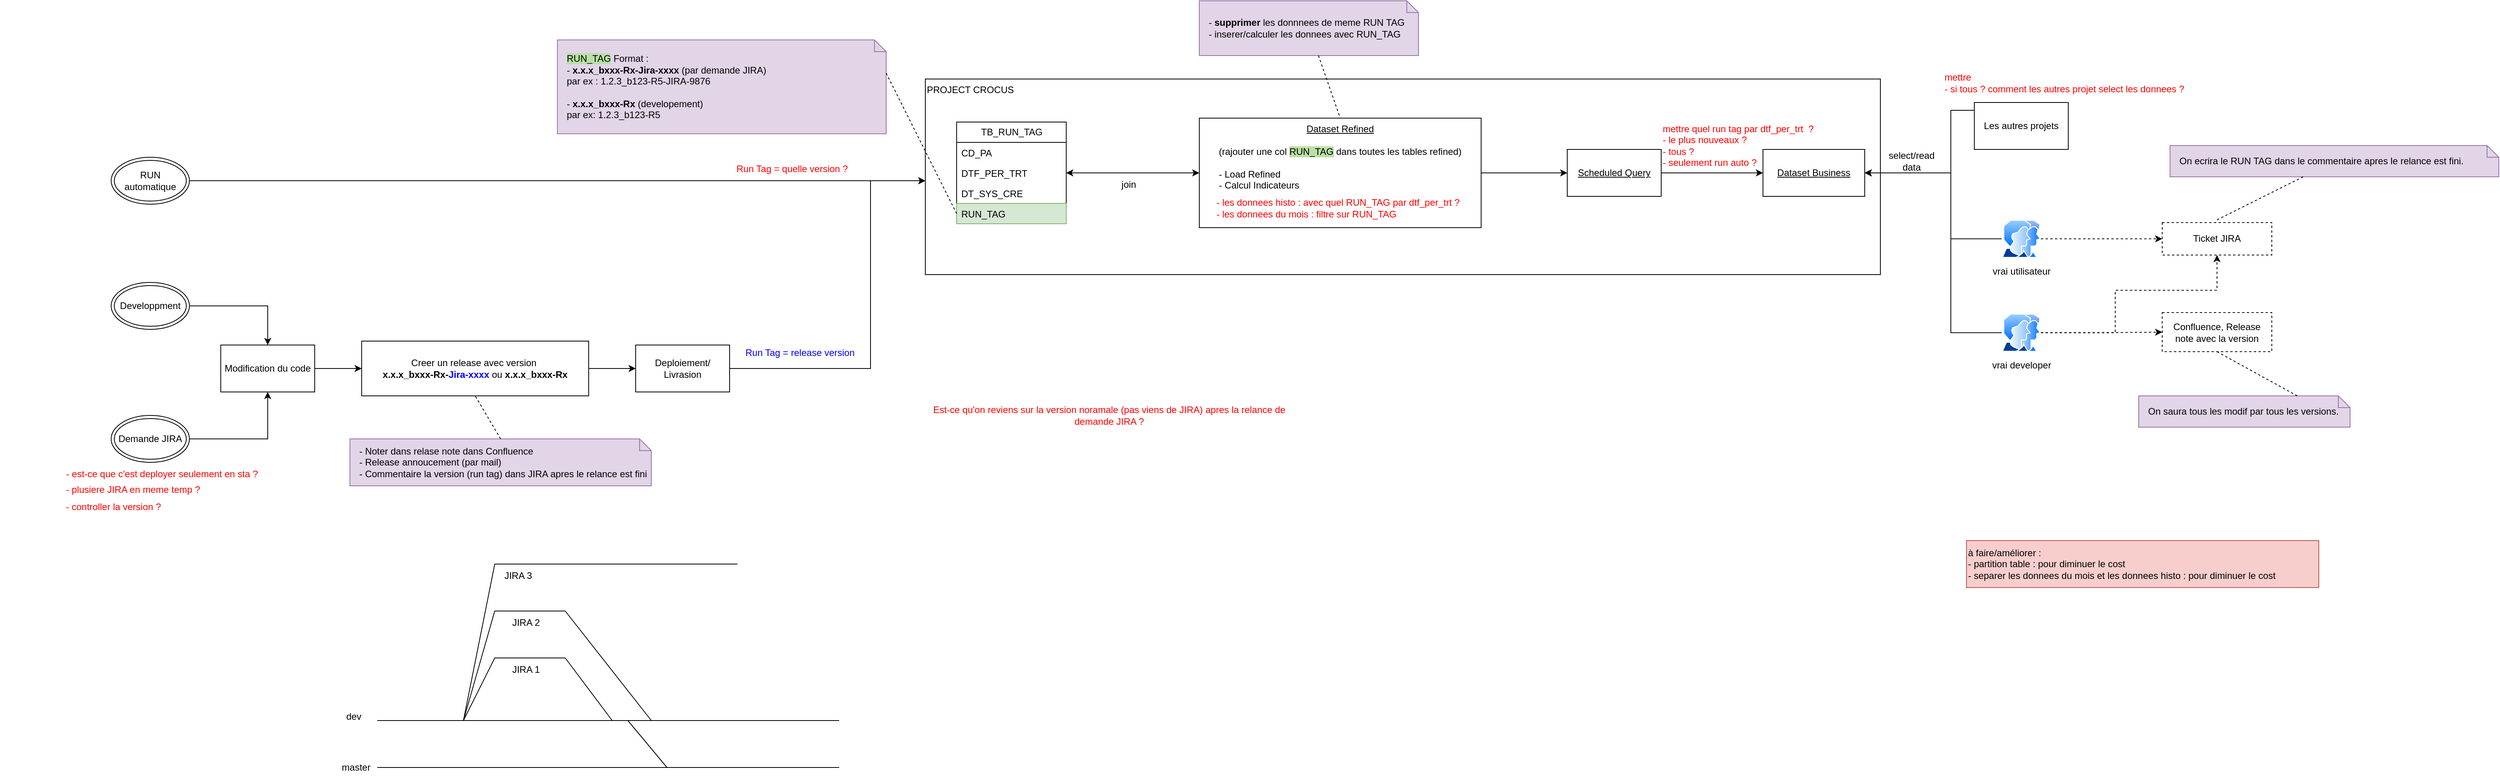
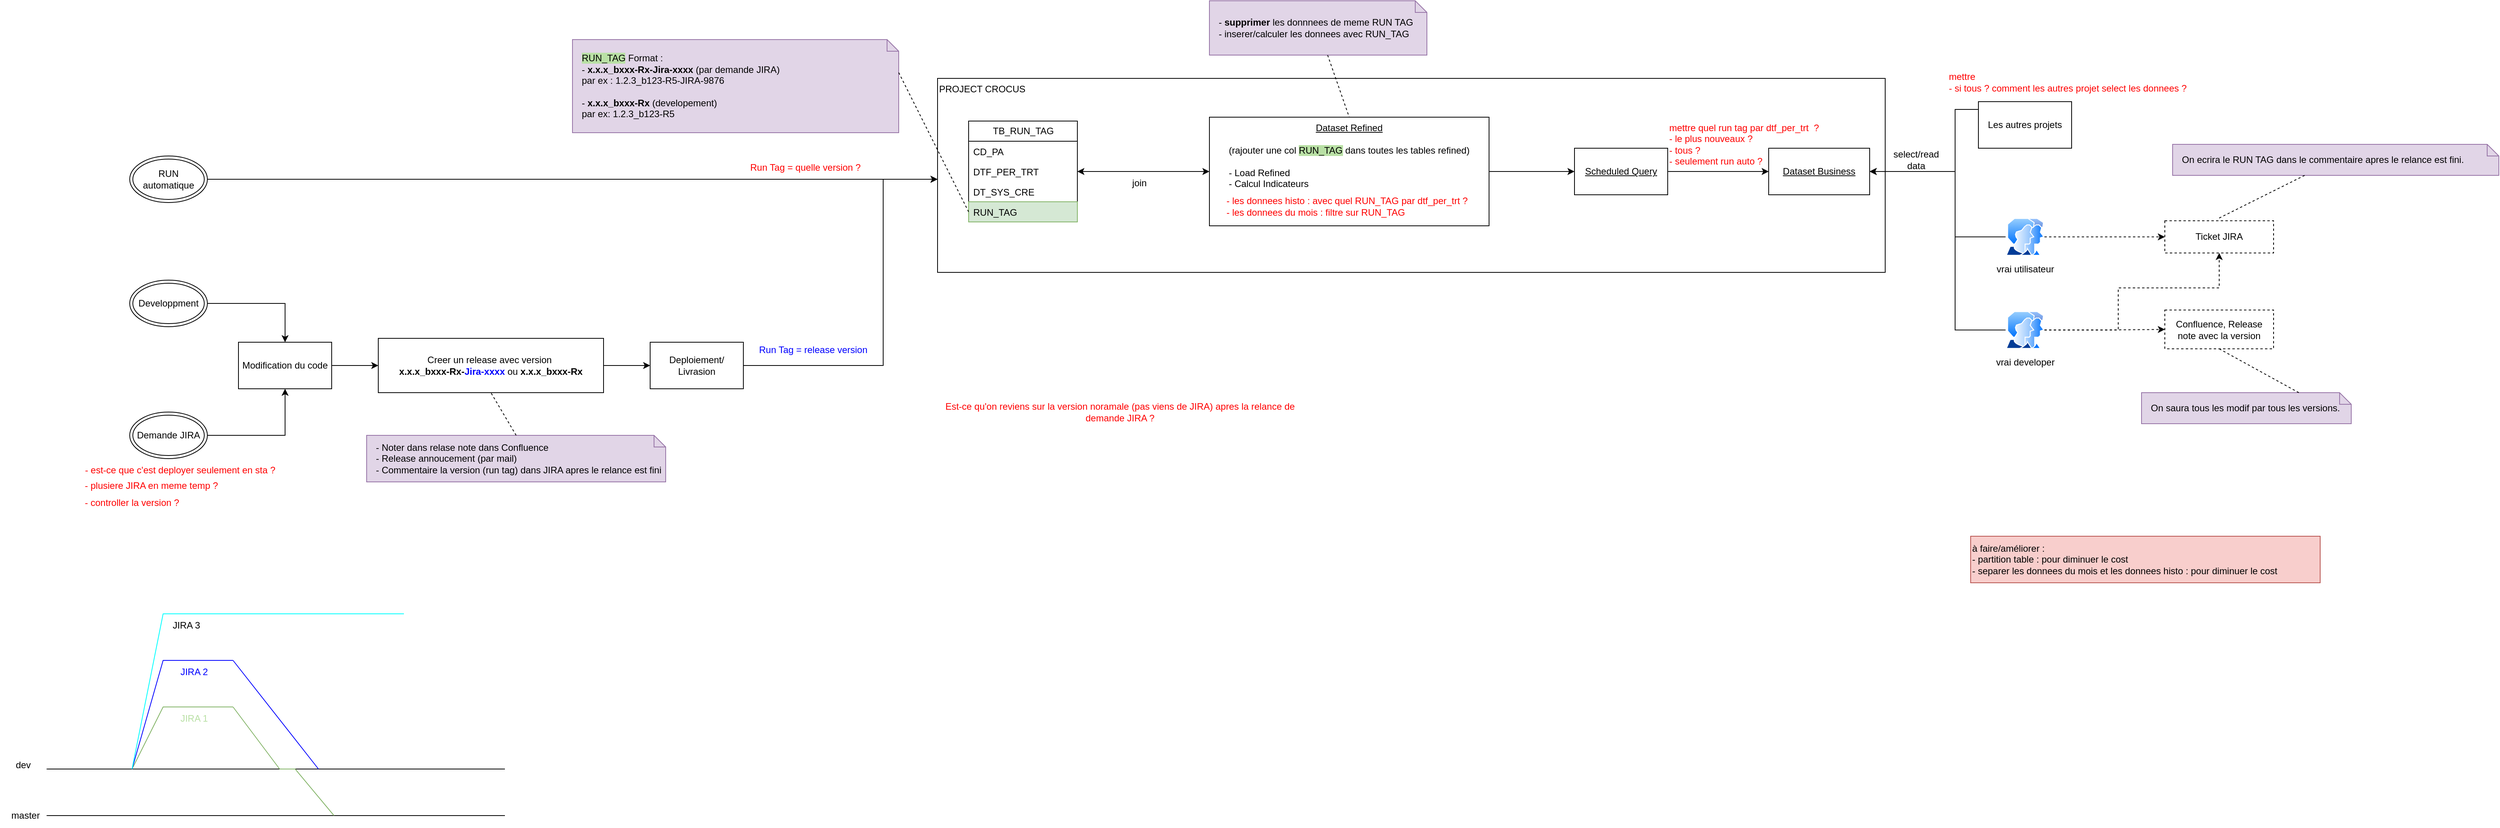
<mxfile host="app.diagrams.net">
  <diagram name="Page-1" id="bEAYSmEDHXBXhFzCy1HB">
    <mxGraphModel dx="2873" dy="1106" grid="1" gridSize="10" guides="1" tooltips="1" connect="1" arrows="1" fold="1" page="1" pageScale="1" pageWidth="827" pageHeight="1169" math="0" shadow="0">
      <root>
        <mxCell id="0" />
        <mxCell id="1" parent="0" />
        <mxCell id="QUzsFoNl6aFI_2ed8XXq-13" parent="1" style="rounded=0;whiteSpace=wrap;html=1;align=left;verticalAlign=top;" value="PROJECT CROCUS" vertex="1">
          <mxGeometry height="250" width="1220" x="380" y="140" as="geometry" />
        </mxCell>
        <mxCell id="QUzsFoNl6aFI_2ed8XXq-1" parent="1" style="swimlane;fontStyle=0;childLayout=stackLayout;horizontal=1;startSize=26;fillColor=none;horizontalStack=0;resizeParent=1;resizeParentMax=0;resizeLast=0;collapsible=1;marginBottom=0;html=1;" value="TB_RUN_TAG" vertex="1">
          <mxGeometry height="130" width="140" x="420" y="195" as="geometry" />
        </mxCell>
        <mxCell id="QUzsFoNl6aFI_2ed8XXq-2" parent="QUzsFoNl6aFI_2ed8XXq-1" style="text;strokeColor=none;fillColor=none;align=left;verticalAlign=top;spacingLeft=4;spacingRight=4;overflow=hidden;rotatable=0;points=[[0,0.5],[1,0.5]];portConstraint=eastwest;whiteSpace=wrap;html=1;" value="CD_PA" vertex="1">
          <mxGeometry height="26" width="140" y="26" as="geometry" />
        </mxCell>
        <mxCell id="QUzsFoNl6aFI_2ed8XXq-3" parent="QUzsFoNl6aFI_2ed8XXq-1" style="text;strokeColor=none;fillColor=none;align=left;verticalAlign=top;spacingLeft=4;spacingRight=4;overflow=hidden;rotatable=0;points=[[0,0.5],[1,0.5]];portConstraint=eastwest;whiteSpace=wrap;html=1;" value="DTF_PER_TRT" vertex="1">
          <mxGeometry height="26" width="140" y="52" as="geometry" />
        </mxCell>
        <mxCell id="QUzsFoNl6aFI_2ed8XXq-4" parent="QUzsFoNl6aFI_2ed8XXq-1" style="text;strokeColor=none;fillColor=none;align=left;verticalAlign=top;spacingLeft=4;spacingRight=4;overflow=hidden;rotatable=0;points=[[0,0.5],[1,0.5]];portConstraint=eastwest;whiteSpace=wrap;html=1;" value="DT_SYS_CRE" vertex="1">
          <mxGeometry height="26" width="140" y="78" as="geometry" />
        </mxCell>
        <mxCell id="QUzsFoNl6aFI_2ed8XXq-5" parent="QUzsFoNl6aFI_2ed8XXq-1" style="text;strokeColor=#82b366;fillColor=#d5e8d4;align=left;verticalAlign=top;spacingLeft=4;spacingRight=4;overflow=hidden;rotatable=0;points=[[0,0.5],[1,0.5]];portConstraint=eastwest;whiteSpace=wrap;html=1;" value="RUN_TAG" vertex="1">
          <mxGeometry height="26" width="140" y="104" as="geometry" />
        </mxCell>
        <mxCell id="QUzsFoNl6aFI_2ed8XXq-7" parent="1" style="shape=note;size=15;align=left;spacingLeft=10;html=1;whiteSpace=wrap;fillColor=#e1d5e7;strokeColor=#9673a6;" value="&lt;span style=&quot;background-color: rgb(185, 224, 165);&quot;&gt;RUN_TAG&lt;/span&gt; Format :&amp;nbsp;&lt;div&gt;- &lt;b&gt;x.x.x_bxxx-Rx-Jira-xxxx&lt;/b&gt; (par demande JIRA)&amp;nbsp;&lt;/div&gt;&lt;div&gt;par ex : 1.2.3_b123-R5-JIRA-9876&lt;/div&gt;&lt;div&gt;&lt;br&gt;&lt;/div&gt;&lt;div&gt;-&lt;b&gt; x.x.x_bxxx-Rx&lt;/b&gt; (developement)&lt;/div&gt;&lt;div&gt;&lt;span style=&quot;background-color: transparent; color: light-dark(rgb(0, 0, 0), rgb(255, 255, 255));&quot;&gt;par ex: 1.2.3_b123-R5&lt;/span&gt;&lt;/div&gt;" vertex="1">
          <mxGeometry height="120" width="420" x="-90" y="90" as="geometry" />
        </mxCell>
        <mxCell id="QUzsFoNl6aFI_2ed8XXq-8" edge="1" parent="1" source="QUzsFoNl6aFI_2ed8XXq-7" style="edgeStyle=none;endArrow=none;exitX=0;exitY=0;dashed=1;html=1;rounded=0;entryX=0;entryY=0.5;entryDx=0;entryDy=0;exitDx=420;exitDy=42.5;exitPerimeter=0;" target="QUzsFoNl6aFI_2ed8XXq-5" value="">
          <mxGeometry relative="1" x="1" as="geometry">
            <mxPoint x="590" y="660" as="targetPoint" />
          </mxGeometry>
        </mxCell>
        <mxCell id="QUzsFoNl6aFI_2ed8XXq-10" parent="1" style="rounded=0;whiteSpace=wrap;html=1;dashed=1;" value="Confluence, Release note avec la v&lt;span style=&quot;background-color: transparent; color: light-dark(rgb(0, 0, 0), rgb(255, 255, 255));&quot;&gt;ersion&lt;/span&gt;" vertex="1">
          <mxGeometry height="50" width="140" x="1960" y="438.5" as="geometry" />
        </mxCell>
        <mxCell id="QUzsFoNl6aFI_2ed8XXq-11" parent="1" style="rounded=0;whiteSpace=wrap;html=1;dashed=1;" value="Ticket JIRA" vertex="1">
          <mxGeometry height="41.5" width="140" x="1960" y="323.5" as="geometry" />
        </mxCell>
        <mxCell id="QUzsFoNl6aFI_2ed8XXq-42" edge="1" parent="1" source="QUzsFoNl6aFI_2ed8XXq-12" style="edgeStyle=orthogonalEdgeStyle;rounded=0;orthogonalLoop=1;jettySize=auto;html=1;entryX=1;entryY=0.5;entryDx=0;entryDy=0;startArrow=classic;startFill=1;" target="QUzsFoNl6aFI_2ed8XXq-3">
          <mxGeometry relative="1" as="geometry" />
        </mxCell>
        <mxCell id="QUzsFoNl6aFI_2ed8XXq-50" edge="1" parent="1" source="QUzsFoNl6aFI_2ed8XXq-12" style="edgeStyle=orthogonalEdgeStyle;rounded=0;orthogonalLoop=1;jettySize=auto;html=1;" target="QUzsFoNl6aFI_2ed8XXq-46">
          <mxGeometry relative="1" as="geometry">
            <Array as="points" />
          </mxGeometry>
        </mxCell>
        <mxCell id="QUzsFoNl6aFI_2ed8XXq-12" parent="1" style="rounded=0;whiteSpace=wrap;html=1;verticalAlign=top;" value="&lt;u&gt;Dataset Refined&lt;/u&gt;&lt;div&gt;&lt;u&gt;&lt;br&gt;&lt;/u&gt;&lt;div&gt;(rajouter une col &lt;span style=&quot;background-color: rgb(185, 224, 165);&quot;&gt;RUN_TAG&lt;/span&gt;&lt;span&gt; &lt;/span&gt;dans toutes les tables refined)&lt;/div&gt;&lt;div&gt;&lt;br&gt;&lt;/div&gt;&lt;div style=&quot;text-align: left;&quot;&gt;- Load Refined&amp;nbsp; &amp;nbsp; &amp;nbsp; &amp;nbsp;&lt;/div&gt;&lt;div style=&quot;text-align: left;&quot;&gt;- Calcul Indicateurs&lt;/div&gt;&lt;/div&gt;" vertex="1">
          <mxGeometry height="140" width="360" x="730" y="190" as="geometry" />
        </mxCell>
        <mxCell id="QUzsFoNl6aFI_2ed8XXq-27" edge="1" parent="1" source="QUzsFoNl6aFI_2ed8XXq-33" style="edgeStyle=orthogonalEdgeStyle;rounded=0;orthogonalLoop=1;jettySize=auto;html=1;entryX=0.5;entryY=0;entryDx=0;entryDy=0;" target="QUzsFoNl6aFI_2ed8XXq-23">
          <mxGeometry relative="1" as="geometry">
            <mxPoint x="-760" y="325" as="sourcePoint" />
          </mxGeometry>
        </mxCell>
        <mxCell id="QUzsFoNl6aFI_2ed8XXq-29" edge="1" parent="1" source="QUzsFoNl6aFI_2ed8XXq-34" style="edgeStyle=orthogonalEdgeStyle;rounded=0;orthogonalLoop=1;jettySize=auto;html=1;entryX=0.5;entryY=1;entryDx=0;entryDy=0;" target="QUzsFoNl6aFI_2ed8XXq-23">
          <mxGeometry relative="1" as="geometry">
            <mxPoint x="-820" y="785" as="sourcePoint" />
          </mxGeometry>
        </mxCell>
        <mxCell id="QUzsFoNl6aFI_2ed8XXq-19" parent="1" style="text;html=1;whiteSpace=wrap;strokeColor=none;fillColor=none;align=center;verticalAlign=middle;rounded=0;fontColor=#0000FF;" value="&lt;font style=&quot;color: rgb(255, 0, 0);&quot;&gt;Run Tag = quelle version ?&lt;/font&gt;" vertex="1">
          <mxGeometry height="30" width="200" x="110" y="240" as="geometry" />
        </mxCell>
        <mxCell id="QUzsFoNl6aFI_2ed8XXq-28" edge="1" parent="1" source="QUzsFoNl6aFI_2ed8XXq-23" style="edgeStyle=orthogonalEdgeStyle;rounded=0;orthogonalLoop=1;jettySize=auto;html=1;" target="QUzsFoNl6aFI_2ed8XXq-25">
          <mxGeometry relative="1" as="geometry" />
        </mxCell>
        <mxCell id="QUzsFoNl6aFI_2ed8XXq-23" parent="1" style="rounded=0;whiteSpace=wrap;html=1;" value="Modification du code" vertex="1">
          <mxGeometry height="60" width="120" x="-520" y="480" as="geometry" />
        </mxCell>
        <mxCell id="QUzsFoNl6aFI_2ed8XXq-31" edge="1" parent="1" source="QUzsFoNl6aFI_2ed8XXq-24" style="edgeStyle=orthogonalEdgeStyle;rounded=0;orthogonalLoop=1;jettySize=auto;html=1;" target="QUzsFoNl6aFI_2ed8XXq-13">
          <mxGeometry relative="1" as="geometry">
            <Array as="points">
              <mxPoint x="310" y="510" />
              <mxPoint x="310" y="270" />
            </Array>
          </mxGeometry>
        </mxCell>
        <mxCell id="QUzsFoNl6aFI_2ed8XXq-24" parent="1" style="rounded=0;whiteSpace=wrap;html=1;" value="Deploiement/ Livrasion" vertex="1">
          <mxGeometry height="60" width="120" x="10" y="480" as="geometry" />
        </mxCell>
        <mxCell id="QUzsFoNl6aFI_2ed8XXq-30" edge="1" parent="1" source="QUzsFoNl6aFI_2ed8XXq-25" style="edgeStyle=orthogonalEdgeStyle;rounded=0;orthogonalLoop=1;jettySize=auto;html=1;entryX=0;entryY=0.5;entryDx=0;entryDy=0;" target="QUzsFoNl6aFI_2ed8XXq-24">
          <mxGeometry relative="1" as="geometry" />
        </mxCell>
        <mxCell id="QUzsFoNl6aFI_2ed8XXq-25" parent="1" style="rounded=0;whiteSpace=wrap;html=1;" value="Creer un release avec version&amp;nbsp;&lt;div&gt;&lt;span style=&quot;text-align: left;&quot;&gt;&lt;b&gt;x.x.x_bxxx-Rx-&lt;font style=&quot;color: rgb(0, 0, 255);&quot;&gt;Jira-xxxx&lt;/font&gt;&lt;/b&gt; ou&amp;nbsp;&lt;/span&gt;&lt;span style=&quot;text-align: left;&quot;&gt;&lt;b&gt;x.x.x_bxxx-Rx&lt;/b&gt;&lt;/span&gt;&lt;/div&gt;" vertex="1">
          <mxGeometry height="70" width="290" x="-340" y="475" as="geometry" />
        </mxCell>
        <mxCell id="QUzsFoNl6aFI_2ed8XXq-33" parent="1" style="ellipse;shape=doubleEllipse;whiteSpace=wrap;html=1;" value="Developpment" vertex="1">
          <mxGeometry height="60" width="100" x="-660" y="400" as="geometry" />
        </mxCell>
        <mxCell id="QUzsFoNl6aFI_2ed8XXq-34" parent="1" style="ellipse;shape=doubleEllipse;whiteSpace=wrap;html=1;" value="Demande JIRA" vertex="1">
          <mxGeometry height="60" width="100" x="-660" y="570" as="geometry" />
        </mxCell>
        <mxCell id="QUzsFoNl6aFI_2ed8XXq-36" edge="1" parent="1" source="QUzsFoNl6aFI_2ed8XXq-35" style="edgeStyle=orthogonalEdgeStyle;rounded=0;orthogonalLoop=1;jettySize=auto;html=1;" target="QUzsFoNl6aFI_2ed8XXq-13">
          <mxGeometry relative="1" as="geometry">
            <Array as="points">
              <mxPoint x="40" y="270" />
              <mxPoint x="40" y="270" />
            </Array>
          </mxGeometry>
        </mxCell>
        <mxCell id="QUzsFoNl6aFI_2ed8XXq-35" parent="1" style="ellipse;shape=doubleEllipse;whiteSpace=wrap;html=1;" value="RUN automatique" vertex="1">
          <mxGeometry height="60" width="100" x="-660" y="240" as="geometry" />
        </mxCell>
        <mxCell id="QUzsFoNl6aFI_2ed8XXq-37" parent="1" style="text;html=1;whiteSpace=wrap;strokeColor=none;fillColor=none;align=center;verticalAlign=middle;rounded=0;fontColor=#0000FF;" value="Run Tag = release version" vertex="1">
          <mxGeometry height="30" width="200" x="120" y="475" as="geometry" />
        </mxCell>
        <mxCell id="QUzsFoNl6aFI_2ed8XXq-38" parent="1" style="shape=note;size=15;align=left;spacingLeft=10;html=1;whiteSpace=wrap;fillColor=#e1d5e7;strokeColor=#9673a6;" value="- Noter dans relase note dans Confluence&lt;div&gt;- Release annoucement (par mail)&lt;/div&gt;&lt;div&gt;- Commentaire la version (run tag) dans JIRA apres le relance est fini&lt;/div&gt;" vertex="1">
          <mxGeometry height="60" width="385" x="-355" y="600" as="geometry" />
        </mxCell>
        <mxCell id="QUzsFoNl6aFI_2ed8XXq-39" edge="1" parent="1" source="QUzsFoNl6aFI_2ed8XXq-38" style="edgeStyle=none;endArrow=none;exitX=0.5;exitY=0;dashed=1;html=1;rounded=0;entryX=0.5;entryY=1;entryDx=0;entryDy=0;exitDx=0;exitDy=0;exitPerimeter=0;" target="QUzsFoNl6aFI_2ed8XXq-25" value="">
          <mxGeometry relative="1" x="1" as="geometry">
            <mxPoint x="710" y="660" as="sourcePoint" />
            <mxPoint x="762" y="510" as="targetPoint" />
          </mxGeometry>
        </mxCell>
        <mxCell id="QUzsFoNl6aFI_2ed8XXq-40" parent="1" style="shape=note;size=15;align=left;spacingLeft=10;html=1;whiteSpace=wrap;fillColor=#e1d5e7;strokeColor=#9673a6;" value="- &lt;b&gt;supprimer &lt;/b&gt;les donnnees de meme RUN TAG&lt;div&gt;- inserer/calculer les donnees avec RUN_TAG&lt;/div&gt;" vertex="1">
          <mxGeometry height="70" width="280" x="730" y="40" as="geometry" />
        </mxCell>
        <mxCell id="QUzsFoNl6aFI_2ed8XXq-41" edge="1" parent="1" source="QUzsFoNl6aFI_2ed8XXq-40" style="edgeStyle=none;endArrow=none;dashed=1;html=1;rounded=0;entryX=0.5;entryY=0;entryDx=0;entryDy=0;" target="QUzsFoNl6aFI_2ed8XXq-12" value="">
          <mxGeometry relative="1" x="1" as="geometry">
            <mxPoint x="720" y="650" as="sourcePoint" />
            <mxPoint x="772" y="500" as="targetPoint" />
          </mxGeometry>
        </mxCell>
        <mxCell id="QUzsFoNl6aFI_2ed8XXq-43" parent="1" style="text;html=1;whiteSpace=wrap;strokeColor=none;fillColor=none;align=left;verticalAlign=middle;rounded=0;" value="&lt;font style=&quot;color: rgb(255, 0, 0);&quot;&gt;- les donnees histo : avec quel RUN_TAG par dtf_per_trt ?&lt;/font&gt;&lt;div&gt;&lt;font style=&quot;color: rgb(255, 0, 0);&quot;&gt;- les donnees du mois : f&lt;/font&gt;&lt;span style=&quot;color: light-dark(rgb(255, 0, 0), rgb(255, 144, 144)); background-color: transparent;&quot;&gt;iltre sur RUN_TAG&lt;/span&gt;&lt;/div&gt;" vertex="1">
          <mxGeometry height="30" width="330" x="750" y="290" as="geometry" />
        </mxCell>
        <mxCell id="QUzsFoNl6aFI_2ed8XXq-45" parent="1" style="rounded=0;whiteSpace=wrap;html=1;" value="&lt;u&gt;Dataset Business&lt;/u&gt;" vertex="1">
          <mxGeometry height="60" width="130" x="1450" y="230" as="geometry" />
        </mxCell>
        <mxCell id="QUzsFoNl6aFI_2ed8XXq-48" edge="1" parent="1" source="QUzsFoNl6aFI_2ed8XXq-46" style="edgeStyle=orthogonalEdgeStyle;rounded=0;orthogonalLoop=1;jettySize=auto;html=1;" target="QUzsFoNl6aFI_2ed8XXq-45">
          <mxGeometry relative="1" as="geometry" />
        </mxCell>
        <mxCell id="QUzsFoNl6aFI_2ed8XXq-46" parent="1" style="rounded=0;whiteSpace=wrap;html=1;" value="&lt;u&gt;Scheduled Query&lt;/u&gt;" vertex="1">
          <mxGeometry height="60" width="120" x="1200" y="230" as="geometry" />
        </mxCell>
        <mxCell id="QUzsFoNl6aFI_2ed8XXq-51" parent="1" style="text;html=1;whiteSpace=wrap;strokeColor=none;fillColor=none;align=left;verticalAlign=middle;rounded=0;fontColor=#FF0000;" value="mettre quel run tag par dtf_per_trt&amp;nbsp;&amp;nbsp;?&amp;nbsp;&lt;div&gt;- le plus nouveaux ?&lt;/div&gt;&lt;div&gt;- tous ?&lt;/div&gt;&lt;div&gt;- seulement run auto ?&lt;/div&gt;" vertex="1">
          <mxGeometry height="30" width="370" x="1320" y="210" as="geometry" />
        </mxCell>
        <mxCell id="QUzsFoNl6aFI_2ed8XXq-59" edge="1" parent="1" source="QUzsFoNl6aFI_2ed8XXq-52" style="edgeStyle=orthogonalEdgeStyle;rounded=0;orthogonalLoop=1;jettySize=auto;html=1;entryX=1;entryY=0.5;entryDx=0;entryDy=0;" target="QUzsFoNl6aFI_2ed8XXq-45">
          <mxGeometry relative="1" as="geometry">
            <Array as="points">
              <mxPoint x="1690" y="180" />
              <mxPoint x="1690" y="260" />
            </Array>
          </mxGeometry>
        </mxCell>
        <mxCell id="QUzsFoNl6aFI_2ed8XXq-52" parent="1" style="rounded=0;whiteSpace=wrap;html=1;" value="Les autres projets" vertex="1">
          <mxGeometry height="60" width="120" x="1720" y="170" as="geometry" />
        </mxCell>
        <mxCell id="QUzsFoNl6aFI_2ed8XXq-58" edge="1" parent="1" source="QUzsFoNl6aFI_2ed8XXq-57" style="edgeStyle=orthogonalEdgeStyle;rounded=0;orthogonalLoop=1;jettySize=auto;html=1;entryX=1;entryY=0.5;entryDx=0;entryDy=0;" target="QUzsFoNl6aFI_2ed8XXq-45">
          <mxGeometry relative="1" as="geometry">
            <Array as="points">
              <mxPoint x="1690" y="344" />
              <mxPoint x="1690" y="260" />
            </Array>
          </mxGeometry>
        </mxCell>
        <mxCell id="QUzsFoNl6aFI_2ed8XXq-65" edge="1" parent="1" source="QUzsFoNl6aFI_2ed8XXq-57" style="edgeStyle=orthogonalEdgeStyle;rounded=0;orthogonalLoop=1;jettySize=auto;html=1;dashed=1;" target="QUzsFoNl6aFI_2ed8XXq-11">
          <mxGeometry relative="1" as="geometry" />
        </mxCell>
        <mxCell id="QUzsFoNl6aFI_2ed8XXq-57" parent="1" style="image;aspect=fixed;perimeter=ellipsePerimeter;html=1;align=center;shadow=0;dashed=0;spacingTop=3;image=img/lib/active_directory/user_accounts.svg;" value="vrai utilisateur" vertex="1">
          <mxGeometry height="48.5" width="50" x="1755" y="320" as="geometry" />
        </mxCell>
        <mxCell id="QUzsFoNl6aFI_2ed8XXq-60" parent="1" style="text;html=1;whiteSpace=wrap;strokeColor=none;fillColor=none;align=center;verticalAlign=middle;rounded=0;" value="select/read data" vertex="1">
          <mxGeometry height="30" width="60" x="1610" y="230" as="geometry" />
        </mxCell>
        <mxCell id="QUzsFoNl6aFI_2ed8XXq-63" edge="1" parent="1" source="QUzsFoNl6aFI_2ed8XXq-62" style="edgeStyle=orthogonalEdgeStyle;rounded=0;orthogonalLoop=1;jettySize=auto;html=1;entryX=1;entryY=0.5;entryDx=0;entryDy=0;" target="QUzsFoNl6aFI_2ed8XXq-45">
          <mxGeometry relative="1" as="geometry">
            <Array as="points">
              <mxPoint x="1690" y="464" />
              <mxPoint x="1690" y="260" />
            </Array>
          </mxGeometry>
        </mxCell>
        <mxCell id="QUzsFoNl6aFI_2ed8XXq-66" edge="1" parent="1" source="QUzsFoNl6aFI_2ed8XXq-62" style="edgeStyle=orthogonalEdgeStyle;rounded=0;orthogonalLoop=1;jettySize=auto;html=1;dashed=1;" target="QUzsFoNl6aFI_2ed8XXq-10">
          <mxGeometry relative="1" as="geometry" />
        </mxCell>
        <mxCell id="QUzsFoNl6aFI_2ed8XXq-68" edge="1" parent="1" source="QUzsFoNl6aFI_2ed8XXq-62" style="edgeStyle=orthogonalEdgeStyle;rounded=0;orthogonalLoop=1;jettySize=auto;html=1;entryX=0.5;entryY=1;entryDx=0;entryDy=0;dashed=1;" target="QUzsFoNl6aFI_2ed8XXq-11">
          <mxGeometry relative="1" as="geometry">
            <Array as="points">
              <mxPoint x="1900" y="464" />
              <mxPoint x="1900" y="410" />
              <mxPoint x="2030" y="410" />
            </Array>
          </mxGeometry>
        </mxCell>
        <mxCell id="QUzsFoNl6aFI_2ed8XXq-62" parent="1" style="image;aspect=fixed;perimeter=ellipsePerimeter;html=1;align=center;shadow=0;dashed=0;spacingTop=3;image=img/lib/active_directory/user_accounts.svg;" value="vrai developer" vertex="1">
          <mxGeometry height="48.5" width="50" x="1755" y="440" as="geometry" />
        </mxCell>
        <mxCell id="QUzsFoNl6aFI_2ed8XXq-69" parent="1" style="shape=note;size=15;align=left;spacingLeft=10;html=1;whiteSpace=wrap;fillColor=#e1d5e7;strokeColor=#9673a6;" value="On ecrira le RUN TAG dans le commentaire apres le relance est fini." vertex="1">
          <mxGeometry height="40" width="420" x="1970" y="225" as="geometry" />
        </mxCell>
        <mxCell id="QUzsFoNl6aFI_2ed8XXq-70" edge="1" parent="1" source="QUzsFoNl6aFI_2ed8XXq-69" style="edgeStyle=none;endArrow=none;dashed=1;html=1;rounded=0;" value="">
          <mxGeometry relative="1" x="1" as="geometry">
            <mxPoint x="970" y="210" as="sourcePoint" />
            <mxPoint x="2030" y="320" as="targetPoint" />
          </mxGeometry>
        </mxCell>
        <mxCell id="QUzsFoNl6aFI_2ed8XXq-71" parent="1" style="shape=note;size=15;align=left;spacingLeft=10;html=1;whiteSpace=wrap;fillColor=#e1d5e7;strokeColor=#9673a6;" value="On saura tous les modif par tous les versions." vertex="1">
          <mxGeometry height="40" width="270" x="1930" y="545" as="geometry" />
        </mxCell>
        <mxCell id="QUzsFoNl6aFI_2ed8XXq-72" edge="1" parent="1" source="QUzsFoNl6aFI_2ed8XXq-71" style="edgeStyle=none;endArrow=none;dashed=1;html=1;rounded=0;entryX=0.5;entryY=1;entryDx=0;entryDy=0;exitX=0;exitY=0;exitDx=202.5;exitDy=0;exitPerimeter=0;" target="QUzsFoNl6aFI_2ed8XXq-10" value="">
          <mxGeometry relative="1" x="1" as="geometry">
            <mxPoint x="2180" y="470" as="sourcePoint" />
            <mxPoint x="2070" y="525" as="targetPoint" />
          </mxGeometry>
        </mxCell>
        <mxCell id="QUzsFoNl6aFI_2ed8XXq-73" parent="1" style="text;html=1;whiteSpace=wrap;strokeColor=none;fillColor=none;align=left;verticalAlign=middle;rounded=0;fontColor=#FF0000;" value="mettre&amp;nbsp;&lt;div&gt;&lt;span style=&quot;background-color: transparent; color: light-dark(rgb(255, 0, 0), rgb(255, 144, 144));&quot;&gt;- si tous ? comment les autres projet select les donnees ?&lt;/span&gt;&lt;/div&gt;" vertex="1">
          <mxGeometry height="30" width="370" x="1680" y="130" as="geometry" />
        </mxCell>
        <mxCell id="QUzsFoNl6aFI_2ed8XXq-74" parent="1" style="rounded=0;whiteSpace=wrap;html=1;align=left;fillColor=#f8cecc;strokeColor=#b85450;" value="à faire/améliorer :&lt;div&gt;- partition table : pour diminuer le cost&lt;/div&gt;&lt;div&gt;- separer les donnees du mois et les donnees histo&amp;nbsp;&lt;span style=&quot;background-color: transparent; color: light-dark(rgb(0, 0, 0), rgb(255, 255, 255));&quot;&gt;: pour diminuer le cost&lt;/span&gt;&lt;/div&gt;" vertex="1">
          <mxGeometry height="60" width="450" x="1710" y="730" as="geometry" />
        </mxCell>
        <mxCell id="QUzsFoNl6aFI_2ed8XXq-76" parent="1" style="text;html=1;whiteSpace=wrap;strokeColor=none;fillColor=none;align=center;verticalAlign=middle;rounded=0;" value="join" vertex="1">
          <mxGeometry height="30" width="60" x="610" y="260" as="geometry" />
        </mxCell>
        <mxCell id="QUzsFoNl6aFI_2ed8XXq-77" parent="1" style="text;html=1;whiteSpace=wrap;strokeColor=none;fillColor=none;align=center;verticalAlign=middle;rounded=0;fontColor=#FF0000;" value="Est-ce qu&#39;on reviens sur la version noramale (pas viens de JIRA) apres la relance de demande JIRA ?" vertex="1">
          <mxGeometry height="30" width="470" x="380" y="555" as="geometry" />
        </mxCell>
        <mxCell id="QUzsFoNl6aFI_2ed8XXq-78" parent="1" style="text;html=1;whiteSpace=wrap;strokeColor=none;fillColor=none;align=center;verticalAlign=middle;rounded=0;fontColor=#FF0000;" value="- est-ce que c&#39;est deployer seulement en sta ?" vertex="1">
          <mxGeometry height="30" width="290" x="-740" y="630" as="geometry" />
        </mxCell>
        <mxCell id="QUzsFoNl6aFI_2ed8XXq-79" parent="1" style="text;html=1;whiteSpace=wrap;strokeColor=none;fillColor=none;align=center;verticalAlign=middle;rounded=0;fontColor=#FF0000;" value="- plusiere JIRA en meme temp ?" vertex="1">
          <mxGeometry height="30" width="290" x="-777" y="650" as="geometry" />
        </mxCell>
        <mxCell id="QUzsFoNl6aFI_2ed8XXq-80" parent="1" style="text;html=1;whiteSpace=wrap;strokeColor=none;fillColor=none;align=center;verticalAlign=middle;rounded=0;fontColor=#FF0000;" value="- controller la version ?" vertex="1">
          <mxGeometry height="30" width="290" x="-802" y="672" as="geometry" />
        </mxCell>
        <mxCell id="QUzsFoNl6aFI_2ed8XXq-81" edge="1" parent="1" style="endArrow=none;html=1;rounded=0;" value="">
          <mxGeometry height="50" relative="1" width="50" as="geometry">
-             <mxPoint x="-320" y="960" as="sourcePoint" />
-             <mxPoint x="270" y="960" as="targetPoint" />
-           </mxGeometry>
-         </mxCell>
-         <mxCell id="QUzsFoNl6aFI_2ed8XXq-83" edge="1" parent="1" style="endArrow=none;html=1;rounded=0;" value="">
-           <mxGeometry height="50" relative="1" width="50" as="geometry">
-             <Array as="points">
-               <mxPoint x="-170" y="880" />
-             </Array>
-             <mxPoint x="-210" y="960" as="sourcePoint" />
-             <mxPoint x="-80" y="880" as="targetPoint" />
+             <mxPoint x="-767" y="1030" as="sourcePoint" />
+             <mxPoint x="-177" y="1030" as="targetPoint" />
+           </mxGeometry>
+         </mxCell>
+         <mxCell id="QUzsFoNl6aFI_2ed8XXq-83" edge="1" parent="1" style="endArrow=none;html=1;rounded=0;fillColor=#d5e8d4;strokeColor=#82b366;" value="">
+           <mxGeometry height="50" relative="1" width="50" as="geometry">
+             <Array as="points">
+               <mxPoint x="-617" y="950" />
+             </Array>
+             <mxPoint x="-657" y="1030" as="sourcePoint" />
+             <mxPoint x="-527" y="950" as="targetPoint" />
          </mxGeometry>
        </mxCell>
        <mxCell id="QUzsFoNl6aFI_2ed8XXq-84" parent="1" style="text;html=1;whiteSpace=wrap;strokeColor=none;fillColor=none;align=center;verticalAlign=middle;rounded=0;" value="dev" vertex="1">
-           <mxGeometry height="30" width="60" x="-380" y="940" as="geometry" />
-         </mxCell>
-         <mxCell id="QUzsFoNl6aFI_2ed8XXq-85" edge="1" parent="1" style="endArrow=none;html=1;rounded=0;" value="">
-           <mxGeometry height="50" relative="1" width="50" as="geometry">
-             <Array as="points">
-               <mxPoint x="-170" y="820" />
-             </Array>
-             <mxPoint x="-210" y="960" as="sourcePoint" />
-             <mxPoint x="-80" y="820" as="targetPoint" />
-           </mxGeometry>
-         </mxCell>
-         <mxCell id="QUzsFoNl6aFI_2ed8XXq-86" edge="1" parent="1" style="endArrow=none;html=1;rounded=0;" value="">
-           <mxGeometry height="50" relative="1" width="50" as="geometry">
-             <Array as="points">
-               <mxPoint x="-170" y="760" />
-             </Array>
-             <mxPoint x="-210" y="960" as="sourcePoint" />
-             <mxPoint x="140" y="760" as="targetPoint" />
-           </mxGeometry>
-         </mxCell>
-         <mxCell id="QUzsFoNl6aFI_2ed8XXq-87" parent="1" style="text;html=1;whiteSpace=wrap;strokeColor=none;fillColor=none;align=center;verticalAlign=middle;rounded=0;" value="JIRA 1" vertex="1">
-           <mxGeometry height="30" width="60" x="-160" y="880" as="geometry" />
-         </mxCell>
-         <mxCell id="QUzsFoNl6aFI_2ed8XXq-88" parent="1" style="text;html=1;whiteSpace=wrap;strokeColor=none;fillColor=none;align=center;verticalAlign=middle;rounded=0;" value="JIRA 2" vertex="1">
-           <mxGeometry height="30" width="60" x="-160" y="820" as="geometry" />
+           <mxGeometry height="30" width="60" x="-827" y="1010" as="geometry" />
+         </mxCell>
+         <mxCell id="QUzsFoNl6aFI_2ed8XXq-85" edge="1" parent="1" style="endArrow=none;html=1;rounded=0;strokeColor=#0000FF;" value="">
+           <mxGeometry height="50" relative="1" width="50" as="geometry">
+             <Array as="points">
+               <mxPoint x="-617" y="890" />
+             </Array>
+             <mxPoint x="-657" y="1030" as="sourcePoint" />
+             <mxPoint x="-527" y="890" as="targetPoint" />
+           </mxGeometry>
+         </mxCell>
+         <mxCell id="QUzsFoNl6aFI_2ed8XXq-86" edge="1" parent="1" style="endArrow=none;html=1;rounded=0;strokeColor=#00FFFF;" value="">
+           <mxGeometry height="50" relative="1" width="50" as="geometry">
+             <Array as="points">
+               <mxPoint x="-617" y="830" />
+             </Array>
+             <mxPoint x="-657" y="1030" as="sourcePoint" />
+             <mxPoint x="-307" y="830" as="targetPoint" />
+           </mxGeometry>
+         </mxCell>
+         <mxCell id="QUzsFoNl6aFI_2ed8XXq-87" parent="1" style="text;html=1;whiteSpace=wrap;strokeColor=none;fillColor=none;align=center;verticalAlign=middle;rounded=0;fontColor=#B9E0A5;" value="JIRA 1" vertex="1">
+           <mxGeometry height="30" width="60" x="-607" y="950" as="geometry" />
+         </mxCell>
+         <mxCell id="QUzsFoNl6aFI_2ed8XXq-88" parent="1" style="text;html=1;whiteSpace=wrap;strokeColor=none;fillColor=none;align=center;verticalAlign=middle;rounded=0;fontColor=#0000FF;" value="JIRA 2" vertex="1">
+           <mxGeometry height="30" width="60" x="-607" y="890" as="geometry" />
        </mxCell>
        <mxCell id="QUzsFoNl6aFI_2ed8XXq-89" parent="1" style="text;html=1;whiteSpace=wrap;strokeColor=none;fillColor=none;align=center;verticalAlign=middle;rounded=0;" value="JIRA 3" vertex="1">
-           <mxGeometry height="30" width="60" x="-170" y="760" as="geometry" />
+           <mxGeometry height="30" width="60" x="-617" y="830" as="geometry" />
        </mxCell>
        <mxCell id="QUzsFoNl6aFI_2ed8XXq-90" edge="1" parent="1" style="endArrow=none;html=1;rounded=0;" value="">
          <mxGeometry height="50" relative="1" width="50" as="geometry">
-             <mxPoint x="-320" y="1020" as="sourcePoint" />
-             <mxPoint x="270" y="1020" as="targetPoint" />
+             <mxPoint x="-767" y="1090" as="sourcePoint" />
+             <mxPoint x="-177" y="1090" as="targetPoint" />
          </mxGeometry>
        </mxCell>
        <mxCell id="QUzsFoNl6aFI_2ed8XXq-91" parent="1" style="text;html=1;whiteSpace=wrap;strokeColor=none;fillColor=none;align=center;verticalAlign=middle;rounded=0;" value="master" vertex="1">
-           <mxGeometry height="30" width="60" x="-377" y="1005" as="geometry" />
-         </mxCell>
-         <mxCell id="QUzsFoNl6aFI_2ed8XXq-92" edge="1" parent="1" style="endArrow=none;html=1;rounded=0;" value="">
-           <mxGeometry height="50" relative="1" width="50" as="geometry">
-             <mxPoint x="-80" y="880" as="sourcePoint" />
-             <mxPoint x="-20" y="960" as="targetPoint" />
-           </mxGeometry>
-         </mxCell>
-         <mxCell id="QUzsFoNl6aFI_2ed8XXq-94" edge="1" parent="1" style="endArrow=none;html=1;rounded=0;" value="">
-           <mxGeometry height="50" relative="1" width="50" as="geometry">
-             <mxPoint x="-80" y="820" as="sourcePoint" />
-             <mxPoint x="30" y="960" as="targetPoint" />
-           </mxGeometry>
-         </mxCell>
-         <mxCell id="QUzsFoNl6aFI_2ed8XXq-95" edge="1" parent="1" style="endArrow=none;html=1;rounded=0;" value="">
-           <mxGeometry height="50" relative="1" width="50" as="geometry">
-             <mxPoint y="960" as="sourcePoint" />
-             <mxPoint x="50" y="1020" as="targetPoint" />
+           <mxGeometry height="30" width="60" x="-824" y="1075" as="geometry" />
+         </mxCell>
+         <mxCell id="QUzsFoNl6aFI_2ed8XXq-92" edge="1" parent="1" style="endArrow=none;html=1;rounded=0;fillColor=#d5e8d4;strokeColor=#82b366;" value="">
+           <mxGeometry height="50" relative="1" width="50" as="geometry">
+             <mxPoint x="-527" y="950" as="sourcePoint" />
+             <mxPoint x="-467" y="1030" as="targetPoint" />
+           </mxGeometry>
+         </mxCell>
+         <mxCell id="QUzsFoNl6aFI_2ed8XXq-94" edge="1" parent="1" style="endArrow=none;html=1;rounded=0;strokeColor=#0000FF;" value="">
+           <mxGeometry height="50" relative="1" width="50" as="geometry">
+             <mxPoint x="-527" y="890" as="sourcePoint" />
+             <mxPoint x="-417" y="1030" as="targetPoint" />
+           </mxGeometry>
+         </mxCell>
+         <mxCell id="QUzsFoNl6aFI_2ed8XXq-95" edge="1" parent="1" style="endArrow=none;html=1;rounded=0;fillColor=#d5e8d4;strokeColor=#82b366;" value="">
+           <mxGeometry height="50" relative="1" width="50" as="geometry">
+             <mxPoint x="-447" y="1030" as="sourcePoint" />
+             <mxPoint x="-397" y="1090" as="targetPoint" />
+           </mxGeometry>
+         </mxCell>
+         <mxCell id="QUzsFoNl6aFI_2ed8XXq-96" edge="1" parent="1" style="endArrow=none;html=1;rounded=0;fillColor=#d5e8d4;strokeColor=#82b366;" value="">
+           <mxGeometry height="50" relative="1" width="50" as="geometry">
+             <mxPoint x="-467" y="1030" as="sourcePoint" />
+             <mxPoint x="-447" y="1030" as="targetPoint" />
          </mxGeometry>
        </mxCell>
      </root>
    </mxGraphModel>
  </diagram>
</mxfile>
